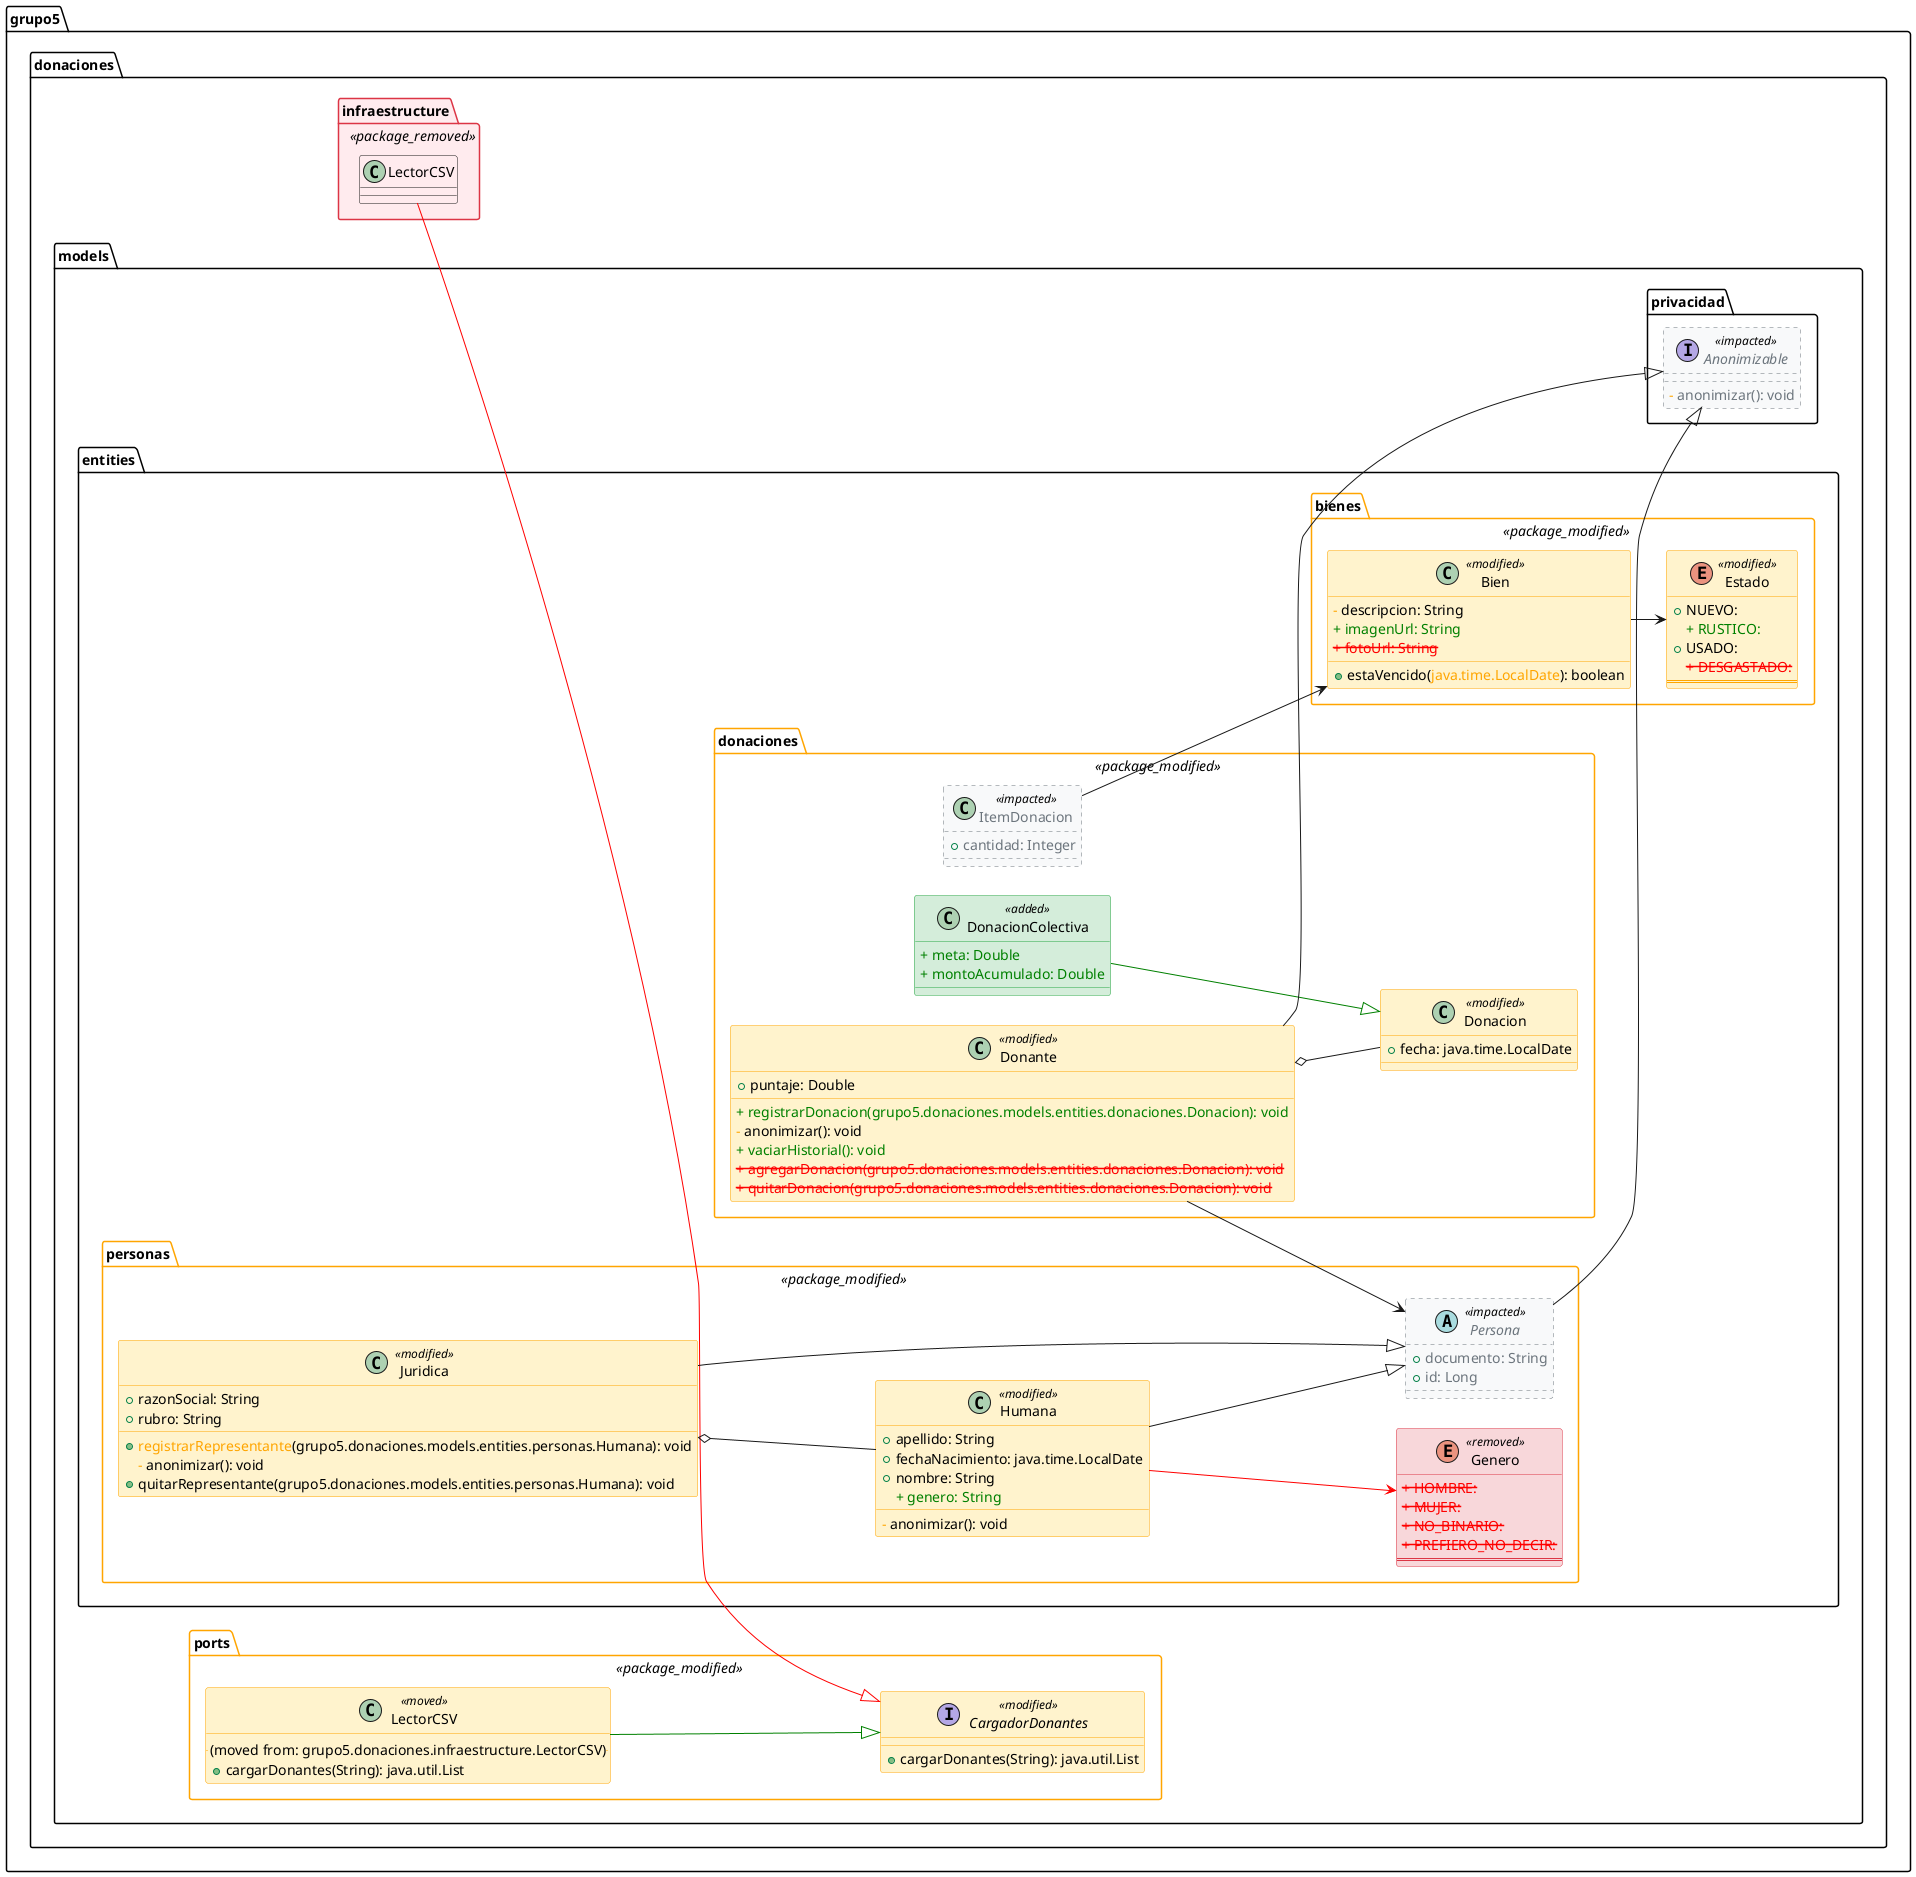
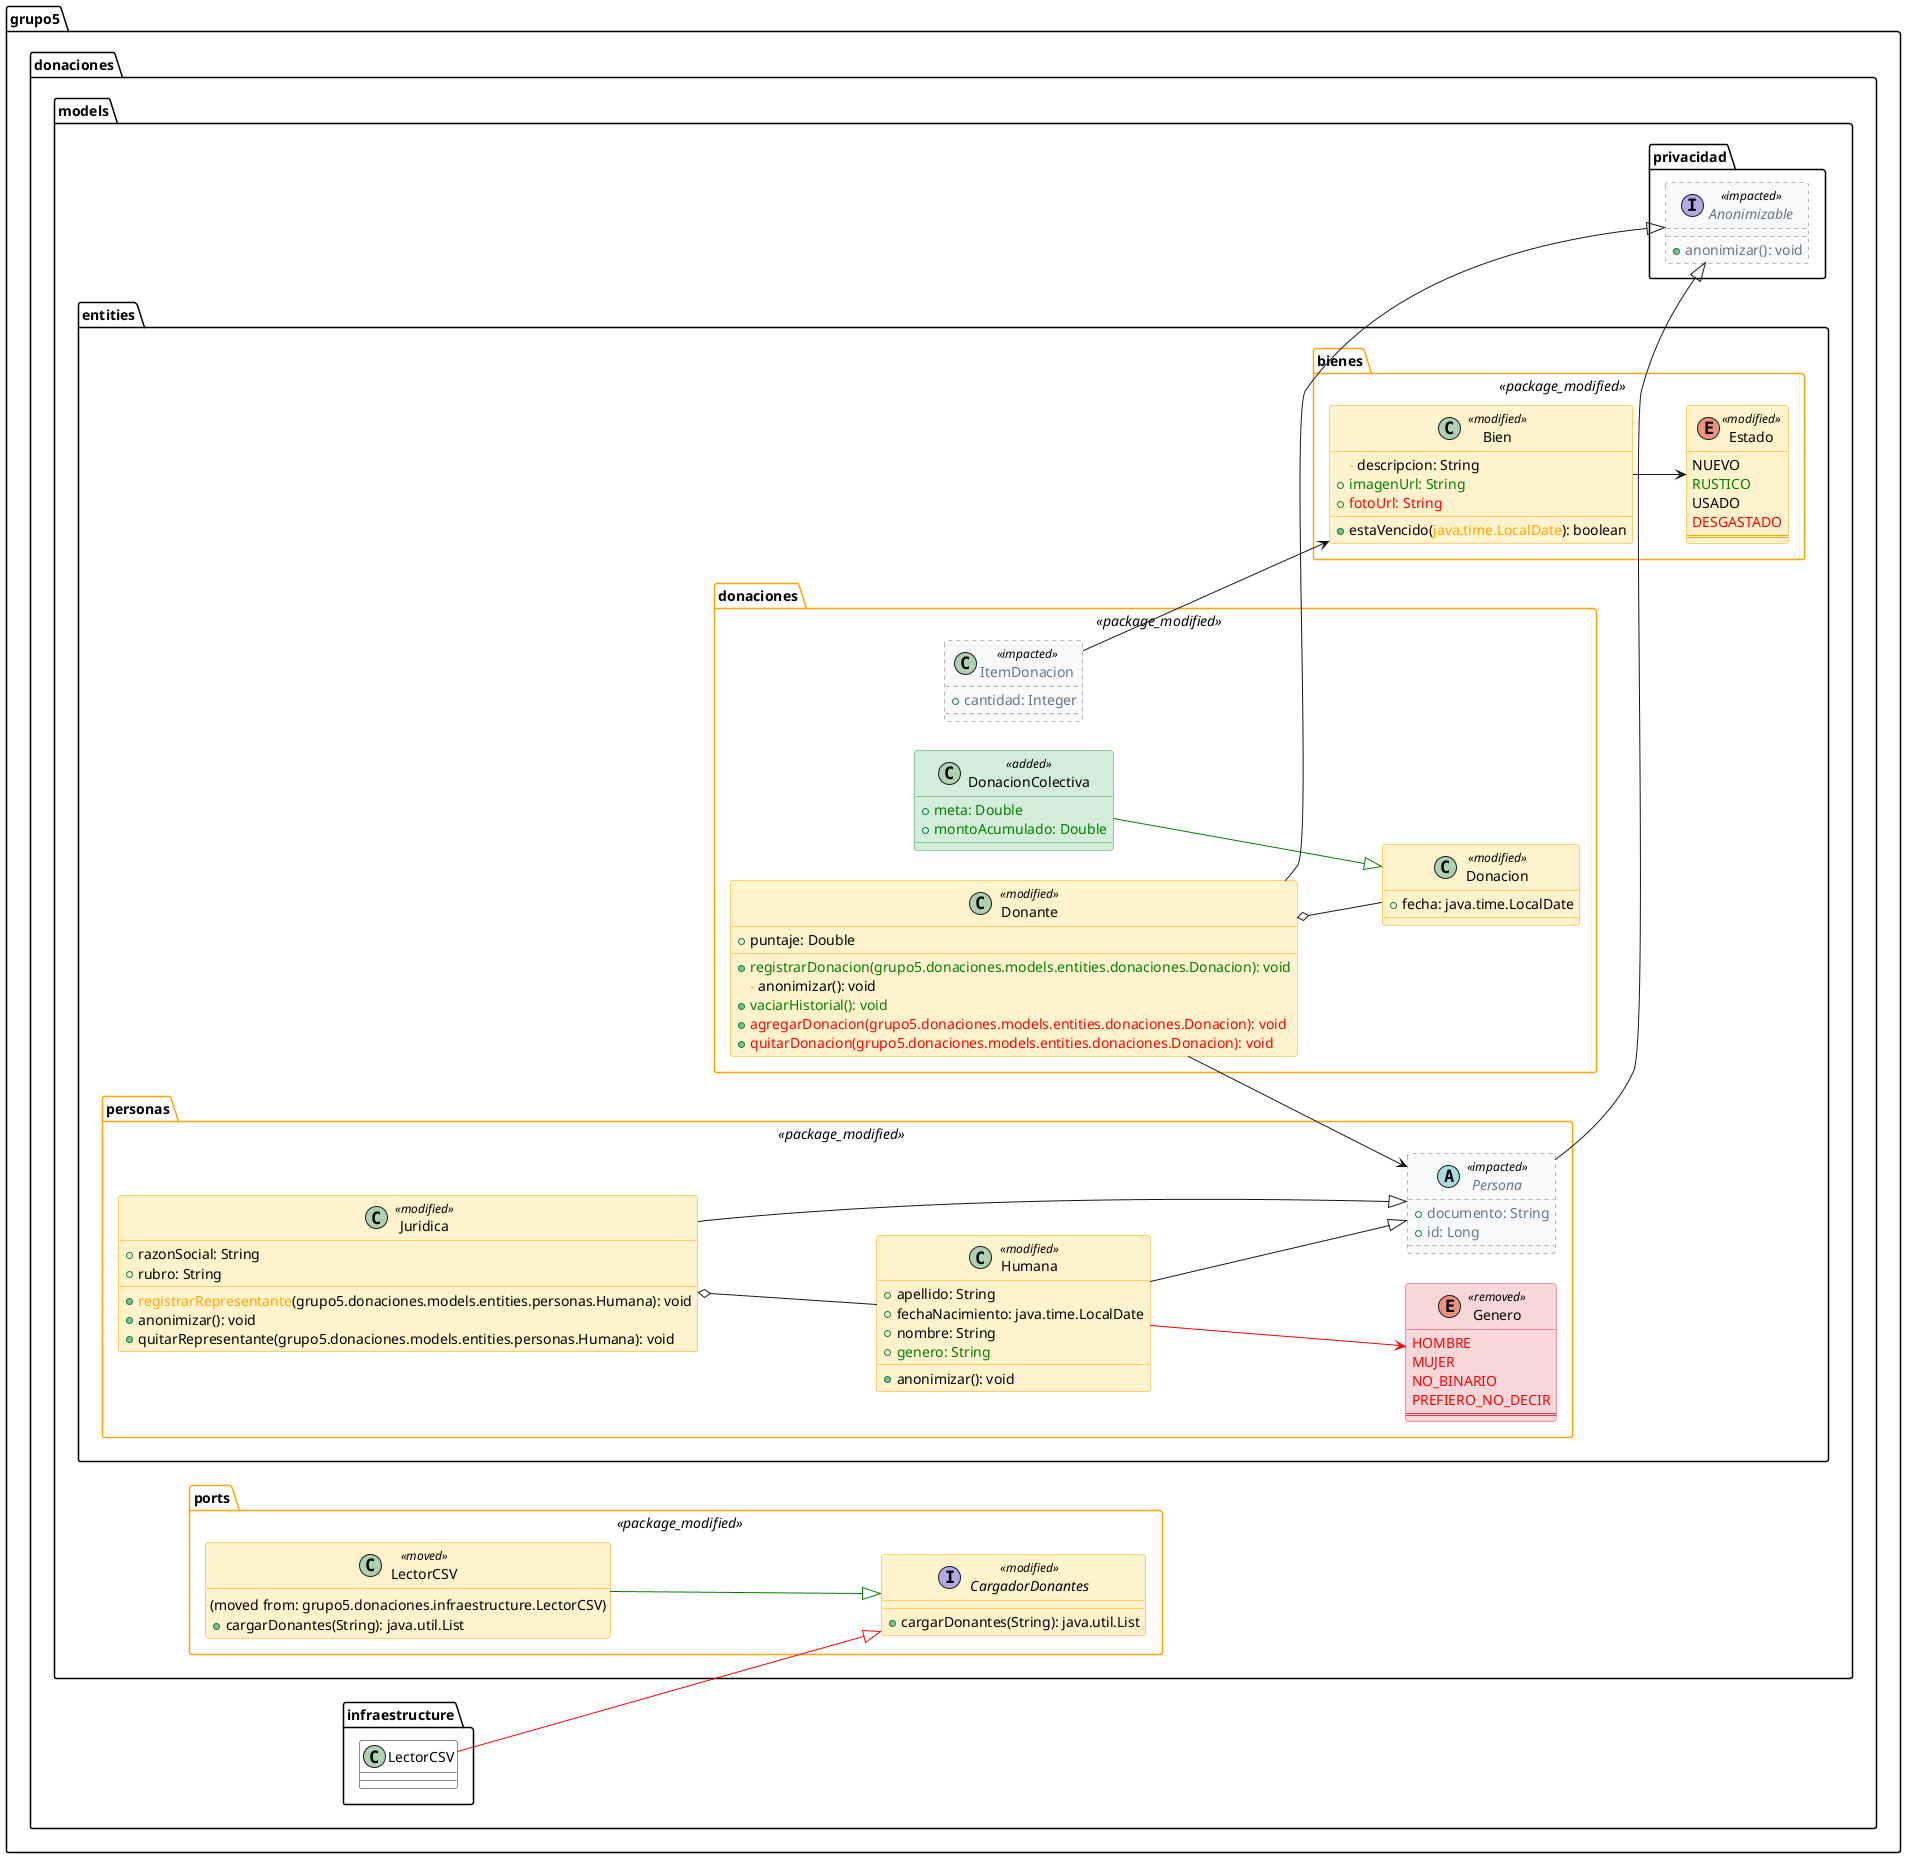
@startuml
left to right direction
skinparam linetype poly
skinparam nodesep 30
skinparam ranksep 30

<style>
  classDiagram {
    class {
      BackgroundColor transparent
      HeaderBackgroundColor transparent
      Shadowing 0
      FontName Arial
    }
    .added {
      BackgroundColor #D4EDDA
      LineColor #28A745
    }
    .removed {
      BackgroundColor #F8D7DA
      LineColor #DC3545
    }
    .modified {
      BackgroundColor #FFF3CD
      LineColor #FFA500
    }
    .moved {
      BackgroundColor #FFF3CD
      LineColor #FFA500
    }
    .impacted {
      BackgroundColor #F8F9FA
      LineColor #6C757D
      LineStyle 4
      FontColor #6C757D
    }
    .package_added {
      BackgroundColor #E8F5E9
      LineColor #28A745
    }
    .package_removed {
      BackgroundColor #FFEBEE
      LineColor #DC3545
    }
    .package_modified {
      BackgroundColor transparent
      LineColor #FFA500
    }
  }
</style>

- package "grupo5.donaciones.infraestructure" <<package_removed>> {
- }
- 
package "grupo5.donaciones.models.entities.bienes" <<package_modified>> {
class "Bien" as grupo5.donaciones.models.entities.bienes.Bien <<modified>> {
  <color:orange>-</color> descripcion: String
-   <color:green>+ imagenUrl: String</color>
-   <color:red><strike>+ fotoUrl: String</strike></color>
+   + <color:green>imagenUrl: String</color>
+   + <color:red>fotoUrl: String</color>
  + estaVencido(<color:orange>java.time.LocalDate</color>): boolean
}
enum "Estado" as grupo5.donaciones.models.entities.bienes.Estado <<modified>> {
-   + NUEVO:
-   <color:green>+ RUSTICO:</color>
-   + USADO:
-   <color:red><strike>+ DESGASTADO:</strike></color>
+   NUEVO
+   <color:green>RUSTICO</color>
+   USADO
+   <color:red>DESGASTADO</color>
  ==
}
}

package "grupo5.donaciones.models.entities.donaciones" <<package_modified>> {
class "Donacion" as grupo5.donaciones.models.entities.donaciones.Donacion <<modified>> {
  + fecha: java.time.LocalDate
}
class "DonacionColectiva" as grupo5.donaciones.models.entities.donaciones.DonacionColectiva <<added>> {
-   <color:green>+ meta: Double</color>
-   <color:green>+ montoAcumulado: Double</color>
+   + <color:green>meta: Double</color>
+   + <color:green>montoAcumulado: Double</color>
}
class "Donante" as grupo5.donaciones.models.entities.donaciones.Donante <<modified>> {
  + puntaje: Double
-   <color:green>+ registrarDonacion(grupo5.donaciones.models.entities.donaciones.Donacion): void</color>
+   + <color:green>registrarDonacion(grupo5.donaciones.models.entities.donaciones.Donacion): void</color>
  <color:orange>-</color> anonimizar(): void
-   <color:green>+ vaciarHistorial(): void</color>
-   <color:red><strike>+ agregarDonacion(grupo5.donaciones.models.entities.donaciones.Donacion): void</strike></color>
-   <color:red><strike>+ quitarDonacion(grupo5.donaciones.models.entities.donaciones.Donacion): void</strike></color>
+   + <color:green>vaciarHistorial(): void</color>
+   + <color:red>agregarDonacion(grupo5.donaciones.models.entities.donaciones.Donacion): void</color>
+   + <color:red>quitarDonacion(grupo5.donaciones.models.entities.donaciones.Donacion): void</color>
}
class "ItemDonacion" as grupo5.donaciones.models.entities.donaciones.ItemDonacion <<impacted>> {
  + cantidad: Integer
}
}

package "grupo5.donaciones.models.entities.personas" <<package_modified>> {
enum "Genero" as grupo5.donaciones.models.entities.personas.Genero <<removed>> {
-   <color:red><strike>+ HOMBRE:</strike></color>
-   <color:red><strike>+ MUJER:</strike></color>
-   <color:red><strike>+ NO_BINARIO:</strike></color>
-   <color:red><strike>+ PREFIERO_NO_DECIR:</strike></color>
+   <color:red>HOMBRE</color>
+   <color:red>MUJER</color>
+   <color:red>NO_BINARIO</color>
+   <color:red>PREFIERO_NO_DECIR</color>
  ==
}
class "Humana" as grupo5.donaciones.models.entities.personas.Humana <<modified>> {
  + apellido: String
  + fechaNacimiento: java.time.LocalDate
  + nombre: String
-   <color:green>+ genero: String</color>
-   <color:orange>-</color> anonimizar(): void
+   + <color:green>genero: String</color>
+   + anonimizar(): void
}
class "Juridica" as grupo5.donaciones.models.entities.personas.Juridica <<modified>> {
  + razonSocial: String
  + rubro: String
  + <color:orange>registrarRepresentante</color>(grupo5.donaciones.models.entities.personas.Humana): void
-   <color:orange>-</color> anonimizar(): void
+   + anonimizar(): void
  + quitarRepresentante(grupo5.donaciones.models.entities.personas.Humana): void
}
abstract class "Persona" as grupo5.donaciones.models.entities.personas.Persona <<impacted>> {
  + documento: String
  + id: Long
}
}

package "grupo5.donaciones.models.ports" <<package_modified>> {
interface "CargadorDonantes" as grupo5.donaciones.models.ports.CargadorDonantes <<modified>> {
  + cargarDonantes(String): java.util.List
}
class "LectorCSV" as grupo5.donaciones.models.ports.LectorCSV <<moved>> {
  .. (moved from: grupo5.donaciones.infraestructure.LectorCSV) ..
  + cargarDonantes(String): java.util.List
}
}

package "grupo5.donaciones.models.privacidad" {
interface "Anonimizable" as grupo5.donaciones.models.privacidad.Anonimizable <<impacted>> {
-   <color:orange>-</color> anonimizar(): void
+   + anonimizar(): void
}
}

grupo5.donaciones.infraestructure.LectorCSV -[#red]-|> grupo5.donaciones.models.ports.CargadorDonantes
grupo5.donaciones.models.entities.bienes.Bien --> grupo5.donaciones.models.entities.bienes.Estado
grupo5.donaciones.models.entities.donaciones.DonacionColectiva -[#green]-|> grupo5.donaciones.models.entities.donaciones.Donacion
grupo5.donaciones.models.entities.donaciones.Donante o-- grupo5.donaciones.models.entities.donaciones.Donacion
grupo5.donaciones.models.entities.donaciones.Donante --> grupo5.donaciones.models.entities.personas.Persona
grupo5.donaciones.models.entities.donaciones.Donante --|> grupo5.donaciones.models.privacidad.Anonimizable
grupo5.donaciones.models.entities.donaciones.ItemDonacion --> grupo5.donaciones.models.entities.bienes.Bien
grupo5.donaciones.models.entities.personas.Humana -[#red]-> grupo5.donaciones.models.entities.personas.Genero
grupo5.donaciones.models.entities.personas.Humana --|> grupo5.donaciones.models.entities.personas.Persona
grupo5.donaciones.models.entities.personas.Juridica o-- grupo5.donaciones.models.entities.personas.Humana
grupo5.donaciones.models.entities.personas.Juridica --|> grupo5.donaciones.models.entities.personas.Persona
grupo5.donaciones.models.entities.personas.Persona --|> grupo5.donaciones.models.privacidad.Anonimizable
grupo5.donaciones.models.ports.LectorCSV -[#green]-|> grupo5.donaciones.models.ports.CargadorDonantes
@enduml